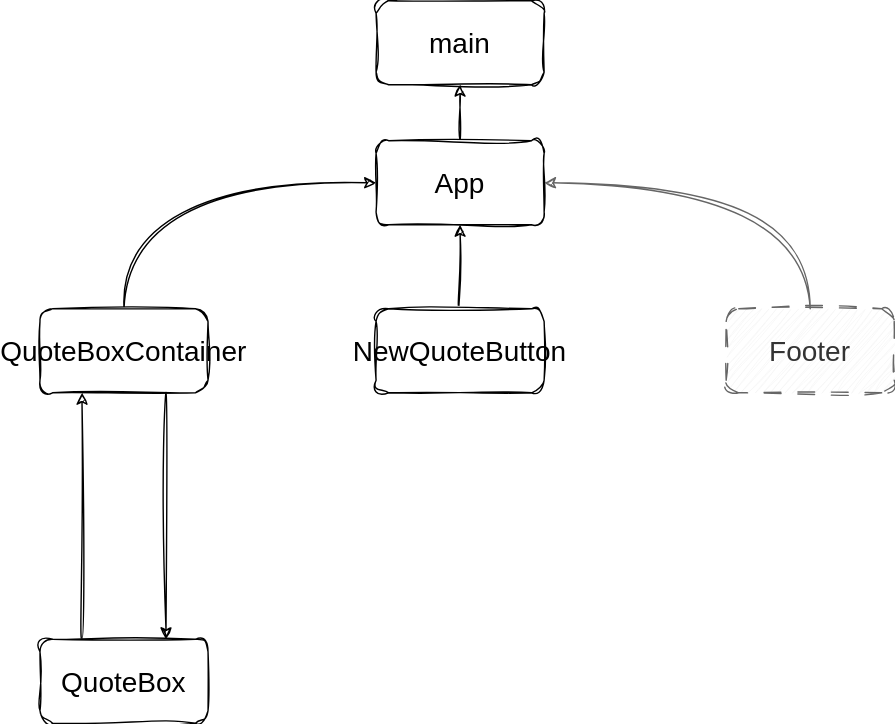
henrylin03/stoic-quotes keeps this draw.io diagram as docs/components.svg. Above is the earlier version. Source tidied: cells renumbered, new cells last; positions are measured from the earlier drawing's top-left corner, leaving out a move shared by most shapes. The source it was exported from:
```xml
<mxGraphModel>
  <root>
    <mxCell id="0" />
    <mxCell id="1" parent="0" />
    <mxCell id="2" style="edgeStyle=orthogonalEdgeStyle;rounded=0;sketch=1;hachureGap=4;jiggle=2;curveFitting=1;jettySize=auto;html=1;exitX=0.5;exitY=0;exitDx=0;exitDy=0;entryX=0.5;entryY=1;entryDx=0;entryDy=0;fontFamily=Architects Daughter;fontSource=https%3A%2F%2Ffonts.googleapis.com%2Fcss%3Ffamily%3DArchitects%2BDaughter;fontSize=16;" parent="1" edge="1" source="3" target="13">
      <mxGeometry relative="1" as="geometry" />
    </mxCell>
    <mxCell id="3" value="App" style="rounded=1;whiteSpace=wrap;html=1;sketch=1;hachureGap=4;jiggle=2;curveFitting=1;fontFamily=Helvetica;fontSize=20;" parent="1" vertex="1">
      <mxGeometry x="240" y="100" width="120" height="60" as="geometry" />
    </mxCell>
    <mxCell id="4" style="edgeStyle=orthogonalEdgeStyle;sketch=1;hachureGap=4;jiggle=2;curveFitting=1;jettySize=auto;html=1;exitX=0.5;exitY=0;exitDx=0;exitDy=0;entryX=0;entryY=0.5;entryDx=0;entryDy=0;fontFamily=Architects Daughter;fontSource=https%3A%2F%2Ffonts.googleapis.com%2Fcss%3Ffamily%3DArchitects%2BDaughter;fontSize=16;curved=1;" parent="1" edge="1" source="6" target="3">
      <mxGeometry relative="1" as="geometry" />
    </mxCell>
    <mxCell id="5" style="edgeStyle=orthogonalEdgeStyle;sketch=1;hachureGap=4;jiggle=2;curveFitting=1;jettySize=auto;html=1;exitX=0.75;exitY=1;exitDx=0;exitDy=0;entryX=0.75;entryY=0;entryDx=0;entryDy=0;fontFamily=Architects Daughter;fontSource=https%3A%2F%2Ffonts.googleapis.com%2Fcss%3Ffamily%3DArchitects%2BDaughter;fontSize=16;curved=1;" parent="1" edge="1" source="6" target="12">
      <mxGeometry relative="1" as="geometry" />
    </mxCell>
    <mxCell id="6" value="QuoteBoxContainer" style="rounded=1;whiteSpace=wrap;html=1;sketch=1;hachureGap=4;jiggle=2;curveFitting=1;fontFamily=Helvetica;fontSize=20;" parent="1" vertex="1">
      <mxGeometry y="220" width="120" height="60" as="geometry" />
    </mxCell>
    <mxCell id="7" style="edgeStyle=orthogonalEdgeStyle;sketch=1;hachureGap=4;jiggle=2;curveFitting=1;jettySize=auto;html=1;exitX=0.5;exitY=0;exitDx=0;exitDy=0;entryX=0.5;entryY=1;entryDx=0;entryDy=0;fontFamily=Architects Daughter;fontSource=https%3A%2F%2Ffonts.googleapis.com%2Fcss%3Ffamily%3DArchitects%2BDaughter;fontSize=16;curved=1;" parent="1" edge="1" source="8" target="3">
      <mxGeometry relative="1" as="geometry" />
    </mxCell>
    <mxCell id="8" value="NewQuoteButton" style="rounded=1;whiteSpace=wrap;html=1;sketch=1;hachureGap=4;jiggle=2;curveFitting=1;fontFamily=Helvetica;fontSize=20;" parent="1" vertex="1">
      <mxGeometry x="240" y="220" width="120" height="60" as="geometry" />
    </mxCell>
    <mxCell id="9" style="edgeStyle=orthogonalEdgeStyle;sketch=1;hachureGap=4;jiggle=2;curveFitting=1;jettySize=auto;html=1;exitX=0.5;exitY=0;exitDx=0;exitDy=0;entryX=1;entryY=0.5;entryDx=0;entryDy=0;fontFamily=Architects Daughter;fontSource=https%3A%2F%2Ffonts.googleapis.com%2Fcss%3Ffamily%3DArchitects%2BDaughter;fontSize=16;curved=1;fillColor=#f5f5f5;strokeColor=#666666;" parent="1" edge="1" source="10" target="3">
      <mxGeometry relative="1" as="geometry" />
    </mxCell>
    <mxCell id="10" value="Footer" style="rounded=1;whiteSpace=wrap;html=1;sketch=1;hachureGap=4;jiggle=2;curveFitting=1;fontFamily=Helvetica;fontSize=20;strokeColor=#666666;dashed=1;dashPattern=12 12;fillColor=#f5f5f5;fontColor=#333333;" parent="1" vertex="1">
      <mxGeometry x="490" y="220" width="120" height="60" as="geometry" />
    </mxCell>
    <mxCell id="11" style="edgeStyle=orthogonalEdgeStyle;sketch=1;hachureGap=4;jiggle=2;curveFitting=1;jettySize=auto;html=1;exitX=0.25;exitY=0;exitDx=0;exitDy=0;entryX=0.25;entryY=1;entryDx=0;entryDy=0;fontFamily=Architects Daughter;fontSource=https%3A%2F%2Ffonts.googleapis.com%2Fcss%3Ffamily%3DArchitects%2BDaughter;fontSize=16;curved=1;" parent="1" edge="1" source="12" target="6">
      <mxGeometry relative="1" as="geometry" />
    </mxCell>
    <mxCell id="12" value="QuoteBox" style="rounded=1;whiteSpace=wrap;html=1;sketch=1;hachureGap=4;jiggle=2;curveFitting=1;fontFamily=Helvetica;fontSize=20;" parent="1" vertex="1">
      <mxGeometry y="456" width="120" height="60" as="geometry" />
    </mxCell>
    <mxCell id="13" value="main" style="rounded=1;whiteSpace=wrap;html=1;sketch=1;hachureGap=4;jiggle=2;curveFitting=1;fontFamily=Helvetica;fontSize=20;" parent="1" vertex="1">
      <mxGeometry x="240" width="120" height="60" as="geometry" />
    </mxCell>
  </root>
</mxGraphModel>
```
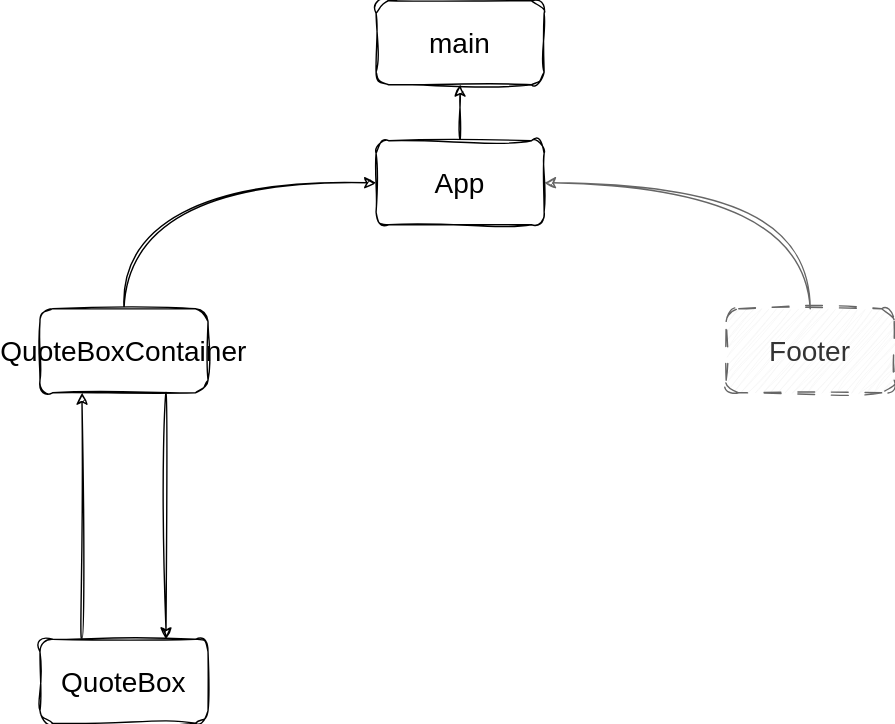
Above is the later version.

Commit message:
remove new quote button - for simplicity, include in quotebox component or its container

The edit, as a diff of the source:
```diff
@@ -17,12 +17,6 @@
     <mxCell id="6" value="QuoteBoxContainer" style="rounded=1;whiteSpace=wrap;html=1;sketch=1;hachureGap=4;jiggle=2;curveFitting=1;fontFamily=Helvetica;fontSize=20;" parent="1" vertex="1">
       <mxGeometry y="220" width="120" height="60" as="geometry" />
     </mxCell>
-    <mxCell id="7" style="edgeStyle=orthogonalEdgeStyle;sketch=1;hachureGap=4;jiggle=2;curveFitting=1;jettySize=auto;html=1;exitX=0.5;exitY=0;exitDx=0;exitDy=0;entryX=0.5;entryY=1;entryDx=0;entryDy=0;fontFamily=Architects Daughter;fontSource=https%3A%2F%2Ffonts.googleapis.com%2Fcss%3Ffamily%3DArchitects%2BDaughter;fontSize=16;curved=1;" parent="1" edge="1" source="8" target="3">
-      <mxGeometry relative="1" as="geometry" />
-    </mxCell>
-    <mxCell id="8" value="NewQuoteButton" style="rounded=1;whiteSpace=wrap;html=1;sketch=1;hachureGap=4;jiggle=2;curveFitting=1;fontFamily=Helvetica;fontSize=20;" parent="1" vertex="1">
-      <mxGeometry x="240" y="220" width="120" height="60" as="geometry" />
-    </mxCell>
     <mxCell id="9" style="edgeStyle=orthogonalEdgeStyle;sketch=1;hachureGap=4;jiggle=2;curveFitting=1;jettySize=auto;html=1;exitX=0.5;exitY=0;exitDx=0;exitDy=0;entryX=1;entryY=0.5;entryDx=0;entryDy=0;fontFamily=Architects Daughter;fontSource=https%3A%2F%2Ffonts.googleapis.com%2Fcss%3Ffamily%3DArchitects%2BDaughter;fontSize=16;curved=1;fillColor=#f5f5f5;strokeColor=#666666;" parent="1" edge="1" source="10" target="3">
       <mxGeometry relative="1" as="geometry" />
     </mxCell>
```
